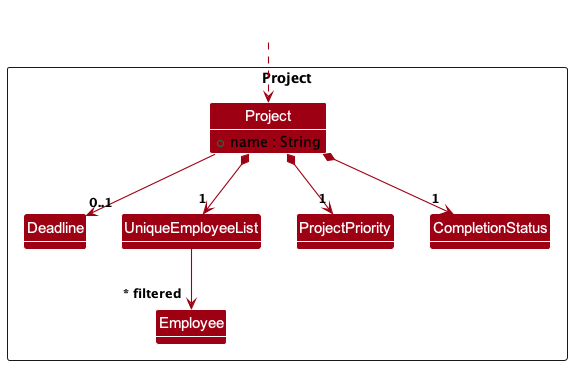
Before: docs/images/ProjectClassDiagram.png, a diagram exported from PlantUML (rayyan35p/tp). The source it was exported from:
```plantuml
@startuml
!include style.puml
skinparam arrowThickness 1.1
skinparam arrowColor MODEL_COLOR
skinparam classBackgroundColor MODEL_COLOR

Package Project as ProjectPackage <<Rectangle>>{
Class Project {
    + name : String
}
Class Deadline
Class UniqueEmployeeList
Class ProjectPriority
Class Employee
Class CompletionStatus

Class I #FFFFFF
}

Class HiddenOutside #FFFFFF
HiddenOutside ..> Project

Project -down-> "0..1" Deadline
Project *-down-> "1" UniqueEmployeeList
Project *-down-> "1" ProjectPriority
Project *-down-> "1" CompletionStatus

UniqueEmployeeList --> "~* filtered" Employee

@enduml
```
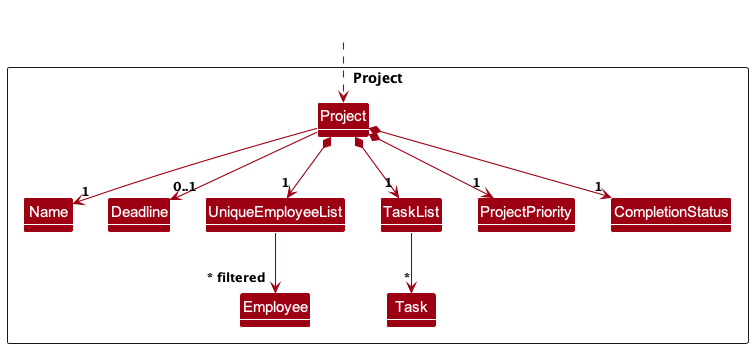
The same diagram one commit later.

Diff of the diagram source:
```diff
@@ -5,13 +5,14 @@
 skinparam classBackgroundColor MODEL_COLOR
 
 Package Project as ProjectPackage <<Rectangle>>{
-Class Project {
-    + name : String
-}
+Class Project {}
+Class Name
 Class Deadline
 Class UniqueEmployeeList
+Class Employee
+Class TaskList
+Class Task
 Class ProjectPriority
-Class Employee
 Class CompletionStatus
 
 Class I #FFFFFF
@@ -20,11 +21,14 @@
 Class HiddenOutside #FFFFFF
 HiddenOutside ..> Project
 
+Project -down-> "1" Name
 Project -down-> "0..1" Deadline
 Project *-down-> "1" UniqueEmployeeList
+Project *-down-> "1" TaskList
 Project *-down-> "1" ProjectPriority
 Project *-down-> "1" CompletionStatus
 
 UniqueEmployeeList --> "~* filtered" Employee
+TaskList --> "*" Task
 
 @enduml
```
